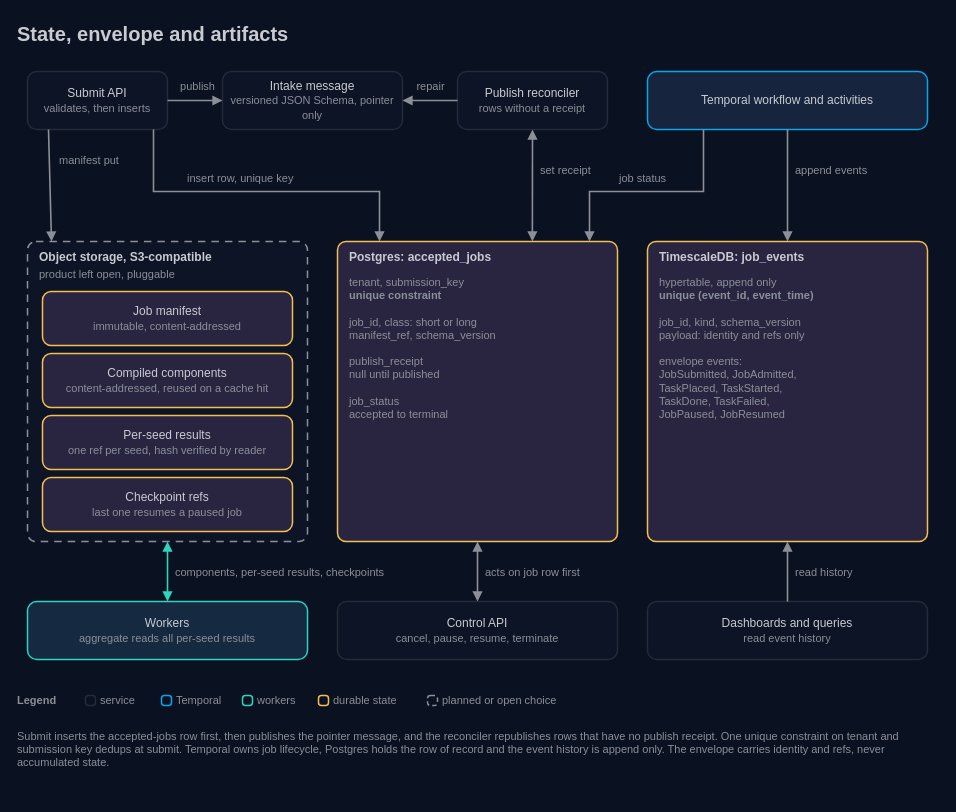
Before: docs/architecture/13-state-envelope-artifacts.drawio in AndoNorth/wasm-dag-forge, a draw.io diagram. Source tidied: cells renumbered, new cells numbered last; positions are measured from the earlier drawing's top-left corner, leaving out a move shared by most shapes. Both pictures are drawn from the tidied source at 100%, with x=0, y=0 at pixel (17, 17).
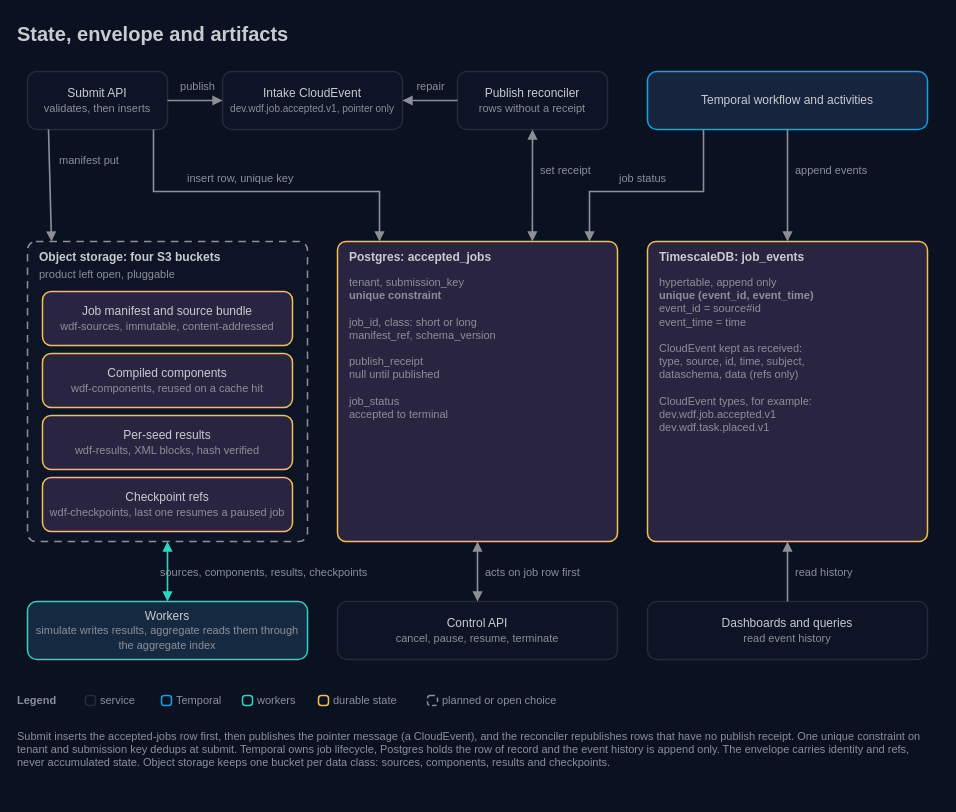
The same page after the edit.

Change to the diagram source:
```diff
@@
-    <mxCell id="4" value="Intake message&lt;br&gt;&lt;font color=&quot;#8c8f98&quot; style=&quot;font-size:11px&quot;&gt;versioned JSON Schema, pointer only&lt;/font&gt;" style="rounded=1;arcSize=16;html=1;whiteSpace=wrap;fillColor=#0c1425;strokeColor=#252b39;strokeWidth=1.5;fontColor=#c9cbd0;fontSize=12;fontFamily=IBM Plex Sans;align=center;verticalAlign=middle;" parent="1" vertex="1">
+    <mxCell id="4" value="Intake CloudEvent&lt;br&gt;&lt;font color=&quot;#8c8f98&quot; style=&quot;font-size:10px&quot;&gt;dev.wdf.job.accepted.v1, pointer only&lt;/font&gt;" style="rounded=1;arcSize=16;html=1;whiteSpace=wrap;fillColor=#0c1425;strokeColor=#252b39;strokeWidth=1.5;fontColor=#c9cbd0;fontSize=12;fontFamily=IBM Plex Sans;align=center;verticalAlign=middle;" parent="1" vertex="1">
       <mxGeometry x="205" y="54" width="180" height="58" as="geometry" />
     </mxCell>
@@
-    <mxCell id="12" value="hypertable, append only&lt;br&gt;&lt;b&gt;unique (event_id, event_time)&lt;/b&gt;&lt;br&gt;&lt;br&gt;job_id, kind, schema_version&lt;br&gt;payload: identity and refs only&lt;br&gt;&lt;br&gt;envelope events:&lt;br&gt;JobSubmitted, JobAdmitted,&lt;br&gt;TaskPlaced, TaskStarted,&lt;br&gt;TaskDone, TaskFailed,&lt;br&gt;JobPaused, JobResumed" style="text;html=1;strokeColor=none;fillColor=none;align=left;verticalAlign=top;whiteSpace=wrap;fontColor=#8c8f98;fontSize=11;fontFamily=IBM Plex Mono;spacing=0;" parent="1" vertex="1">
+    <mxCell id="12" value="hypertable, append only&lt;br&gt;&lt;b&gt;unique (event_id, event_time)&lt;/b&gt;&lt;br&gt;event_id = source#id&lt;br&gt;event_time = time&lt;br&gt;&lt;br&gt;CloudEvent kept as received:&lt;br&gt;type, source, id, time, subject,&lt;br&gt;dataschema, data (refs only)&lt;br&gt;&lt;br&gt;CloudEvent types, for example:&lt;br&gt;dev.wdf.job.accepted.v1&lt;br&gt;dev.wdf.task.placed.v1" style="text;html=1;strokeColor=none;fillColor=none;align=left;verticalAlign=top;whiteSpace=wrap;fontColor=#8c8f98;fontSize=11;fontFamily=IBM Plex Mono;spacing=0;" parent="1" vertex="1">
       <mxGeometry x="642" y="254" width="256" height="260" as="geometry" />
     </mxCell>
@@
-    <mxCell id="14" value="Object storage, S3-compatible" style="text;html=1;strokeColor=none;fillColor=none;align=left;verticalAlign=middle;whiteSpace=nowrap;fontColor=#c9cbd0;fontSize=12;fontStyle=1;fontFamily=IBM Plex Sans;spacing=0;" parent="1" vertex="1">
+    <mxCell id="14" value="Object storage: four S3 buckets" style="text;html=1;strokeColor=none;fillColor=none;align=left;verticalAlign=middle;whiteSpace=nowrap;fontColor=#c9cbd0;fontSize=12;fontStyle=1;fontFamily=IBM Plex Sans;spacing=0;" parent="1" vertex="1">
       <mxGeometry x="22" y="230" width="260" height="20" as="geometry" />
     </mxCell>
@@
-    <mxCell id="16" value="Job manifest&lt;br&gt;&lt;font color=&quot;#8c8f98&quot; style=&quot;font-size:11px&quot;&gt;immutable, content-addressed&lt;/font&gt;" style="rounded=1;arcSize=16;html=1;whiteSpace=wrap;fillColor=#292541;strokeColor=#f4bf51;strokeWidth=1.5;fontColor=#c9cbd0;fontSize=12;fontFamily=IBM Plex Sans;align=center;verticalAlign=middle;" parent="1" vertex="1">
+    <mxCell id="16" value="Job manifest and source bundle&lt;br&gt;&lt;font color=&quot;#8c8f98&quot; style=&quot;font-size:11px&quot;&gt;wdf-sources, immutable, content-addressed&lt;/font&gt;" style="rounded=1;arcSize=16;html=1;whiteSpace=wrap;fillColor=#292541;strokeColor=#f4bf51;strokeWidth=1.5;fontColor=#c9cbd0;fontSize=12;fontFamily=IBM Plex Sans;align=center;verticalAlign=middle;" parent="1" vertex="1">
       <mxGeometry x="25" y="274" width="250" height="54" as="geometry" />
     </mxCell>
-    <mxCell id="17" value="Compiled components&lt;br&gt;&lt;font color=&quot;#8c8f98&quot; style=&quot;font-size:11px&quot;&gt;content-addressed, reused on a cache hit&lt;/font&gt;" style="rounded=1;arcSize=16;html=1;whiteSpace=wrap;fillColor=#292541;strokeColor=#f4bf51;strokeWidth=1.5;fontColor=#c9cbd0;fontSize=12;fontFamily=IBM Plex Sans;align=center;verticalAlign=middle;" parent="1" vertex="1">
+    <mxCell id="17" value="Compiled components&lt;br&gt;&lt;font color=&quot;#8c8f98&quot; style=&quot;font-size:11px&quot;&gt;wdf-components, reused on a cache hit&lt;/font&gt;" style="rounded=1;arcSize=16;html=1;whiteSpace=wrap;fillColor=#292541;strokeColor=#f4bf51;strokeWidth=1.5;fontColor=#c9cbd0;fontSize=12;fontFamily=IBM Plex Sans;align=center;verticalAlign=middle;" parent="1" vertex="1">
       <mxGeometry x="25" y="336" width="250" height="54" as="geometry" />
     </mxCell>
-    <mxCell id="18" value="Per-seed results&lt;br&gt;&lt;font color=&quot;#8c8f98&quot; style=&quot;font-size:11px&quot;&gt;one ref per seed, hash verified by reader&lt;/font&gt;" style="rounded=1;arcSize=16;html=1;whiteSpace=wrap;fillColor=#292541;strokeColor=#f4bf51;strokeWidth=1.5;fontColor=#c9cbd0;fontSize=12;fontFamily=IBM Plex Sans;align=center;verticalAlign=middle;" parent="1" vertex="1">
+    <mxCell id="18" value="Per-seed results&lt;br&gt;&lt;font color=&quot;#8c8f98&quot; style=&quot;font-size:11px&quot;&gt;wdf-results, XML blocks, hash verified&lt;/font&gt;" style="rounded=1;arcSize=16;html=1;whiteSpace=wrap;fillColor=#292541;strokeColor=#f4bf51;strokeWidth=1.5;fontColor=#c9cbd0;fontSize=12;fontFamily=IBM Plex Sans;align=center;verticalAlign=middle;" parent="1" vertex="1">
       <mxGeometry x="25" y="398" width="250" height="54" as="geometry" />
     </mxCell>
-    <mxCell id="19" value="Checkpoint refs&lt;br&gt;&lt;font color=&quot;#8c8f98&quot; style=&quot;font-size:11px&quot;&gt;last one resumes a paused job&lt;/font&gt;" style="rounded=1;arcSize=16;html=1;whiteSpace=wrap;fillColor=#292541;strokeColor=#f4bf51;strokeWidth=1.5;fontColor=#c9cbd0;fontSize=12;fontFamily=IBM Plex Sans;align=center;verticalAlign=middle;" parent="1" vertex="1">
+    <mxCell id="19" value="Checkpoint refs&lt;br&gt;&lt;font color=&quot;#8c8f98&quot; style=&quot;font-size:11px&quot;&gt;wdf-checkpoints, last one resumes a paused job&lt;/font&gt;" style="rounded=1;arcSize=16;html=1;whiteSpace=wrap;fillColor=#292541;strokeColor=#f4bf51;strokeWidth=1.5;fontColor=#c9cbd0;fontSize=12;fontFamily=IBM Plex Sans;align=center;verticalAlign=middle;" parent="1" vertex="1">
       <mxGeometry x="25" y="460" width="250" height="54" as="geometry" />
     </mxCell>
-    <mxCell id="20" value="Workers&lt;br&gt;&lt;font color=&quot;#8c8f98&quot; style=&quot;font-size:11px&quot;&gt;aggregate reads all per-seed results&lt;/font&gt;" style="rounded=1;arcSize=16;html=1;whiteSpace=wrap;fillColor=#152940;strokeColor=#2fd4bf;strokeWidth=1.5;fontColor=#c9cbd0;fontSize=12;fontFamily=IBM Plex Sans;align=center;verticalAlign=middle;" parent="1" vertex="1">
+    <mxCell id="20" value="Workers&lt;br&gt;&lt;font color=&quot;#8c8f98&quot; style=&quot;font-size:11px&quot;&gt;simulate writes results, aggregate reads them through the aggregate index&lt;/font&gt;" style="rounded=1;arcSize=16;html=1;whiteSpace=wrap;fillColor=#152940;strokeColor=#2fd4bf;strokeWidth=1.5;fontColor=#c9cbd0;fontSize=12;fontFamily=IBM Plex Sans;align=center;verticalAlign=middle;" parent="1" vertex="1">
       <mxGeometry x="10" y="584" width="280" height="58" as="geometry" />
     </mxCell>
@@
-    <mxCell id="42" value="components, per-seed results, checkpoints" style="text;html=1;strokeColor=none;fillColor=none;align=left;verticalAlign=middle;whiteSpace=nowrap;fontColor=#8c8f98;fontSize=11;fontFamily=IBM Plex Sans;spacing=0;" parent="1" vertex="1">
-      <mxGeometry x="158" y="546" width="230" height="18" as="geometry" />
+    <mxCell id="42" value="sources, components, results, checkpoints" style="text;html=1;strokeColor=none;fillColor=none;align=left;verticalAlign=middle;whiteSpace=nowrap;fontColor=#8c8f98;fontSize=11;fontFamily=IBM Plex Sans;spacing=0;" parent="1" vertex="1">
+      <mxGeometry x="143" y="546" width="260" height="18" as="geometry" />
     </mxCell>
@@
-    <mxCell id="54" value="Submit inserts the accepted-jobs row first, then publishes the pointer message, and the reconciler republishes rows that have no publish receipt. One unique constraint on tenant and submission key dedups at submit. Temporal owns job lifecycle, Postgres holds the row of record and the event history is append only. The envelope carries identity and refs, never accumulated state." style="text;html=1;strokeColor=none;fillColor=none;align=left;verticalAlign=top;whiteSpace=wrap;fontColor=#8c8f98;fontSize=11;fontFamily=IBM Plex Sans;spacing=0;" parent="1" vertex="1">
-      <mxGeometry y="708" width="920" height="52" as="geometry" />
+    <mxCell id="54" value="Submit inserts the accepted-jobs row first, then publishes the pointer message (a CloudEvent), and the reconciler republishes rows that have no publish receipt. One unique constraint on tenant and submission key dedups at submit. Temporal owns job lifecycle, Postgres holds the row of record and the event history is append only. The envelope carries identity and refs, never accumulated state. Object storage keeps one bucket per data class: sources, components, results and checkpoints." style="text;html=1;strokeColor=none;fillColor=none;align=left;verticalAlign=top;whiteSpace=wrap;fontColor=#8c8f98;fontSize=11;fontFamily=IBM Plex Sans;spacing=0;" parent="1" vertex="1">
+      <mxGeometry y="708" width="920" height="70" as="geometry" />
     </mxCell>
```
